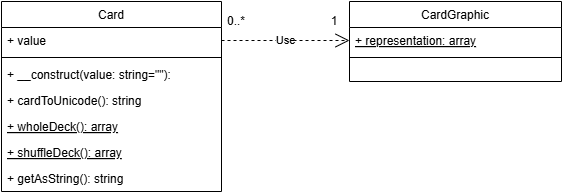
AndiDupa/mvc-report keeps this draw.io diagram as public/img/UML.png. Above is the earlier version. Source tidied: cells renumbered, new cells last; positions are measured from the earlier drawing's top-left corner, leaving out a move shared by most shapes.
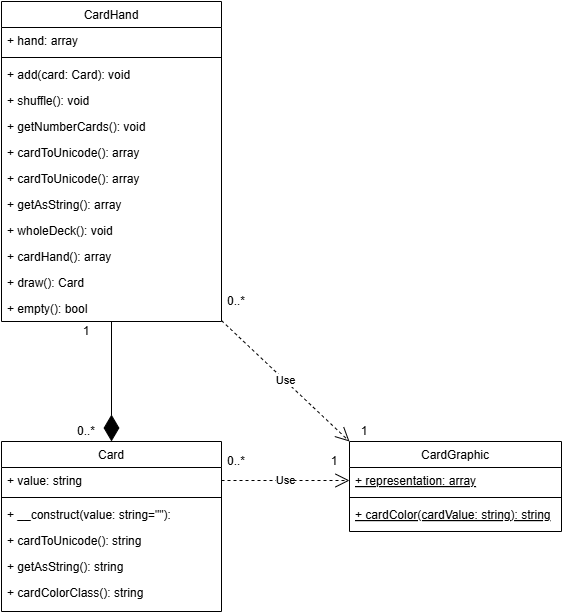
Later version of the same file.

Change to the diagram source:
```diff
@@ -3,9 +3,9 @@
     <mxCell id="0" />
     <mxCell id="1" parent="0" />
     <mxCell id="2" value="Card" style="swimlane;fontStyle=0;align=center;verticalAlign=top;horizontal=1;startSize=26;rounded=0;shadow=0;strokeWidth=1;" parent="1" vertex="1">
-      <mxGeometry width="220" height="190" as="geometry" />
+      <mxGeometry width="220" height="170" as="geometry" />
     </mxCell>
-    <mxCell id="3" value="+ value" style="text;align=left;verticalAlign=top;spacingLeft=4;spacingRight=4;overflow=hidden;points=[[0,0.5],[1,0.5]];portConstraint=eastwest;" parent="2" vertex="1">
+    <mxCell id="3" value="+ value: string" style="text;align=left;verticalAlign=top;spacingLeft=4;spacingRight=4;overflow=hidden;points=[[0,0.5],[1,0.5]];portConstraint=eastwest;" parent="2" vertex="1">
       <mxGeometry y="26" width="220" height="26" as="geometry" />
     </mxCell>
     <mxCell id="4" style="line;html=1;strokeWidth=1;align=left;verticalAlign=middle;spacingTop=-1;spacingLeft=3;spacingRight=3;labelPosition=right;" parent="2" vertex="1">
@@ -17,17 +17,14 @@
     <mxCell id="6" value="+ cardToUnicode(): string  " style="text;align=left;verticalAlign=top;spacingLeft=4;spacingRight=4;overflow=hidden;" parent="2" vertex="1">
       <mxGeometry y="86" width="220" height="26" as="geometry" />
     </mxCell>
-    <mxCell id="7" value="+ wholeDeck(): array" style="text;align=left;verticalAlign=top;spacingLeft=4;spacingRight=4;overflow=hidden;fontStyle=4;" parent="2" vertex="1">
-      <mxGeometry y="112" width="220" height="26" as="geometry" />
-    </mxCell>
-    <mxCell id="8" value="+ shuffleDeck(): array" style="text;align=left;verticalAlign=top;spacingLeft=4;spacingRight=4;overflow=hidden;fontStyle=4;" parent="2" vertex="1">
-      <mxGeometry y="138" width="220" height="26" as="geometry" />
-    </mxCell>
     <mxCell id="9" value="+ getAsString(): string  " style="text;align=left;verticalAlign=top;spacingLeft=4;spacingRight=4;overflow=hidden;" parent="2" vertex="1">
-      <mxGeometry y="164" width="220" height="26" as="geometry" />
+      <mxGeometry y="112" width="220" height="26" as="geometry" />
     </mxCell>
+    <mxCell id="16" value="+ cardColorClass(): string  " style="text;align=left;verticalAlign=top;spacingLeft=4;spacingRight=4;overflow=hidden;" parent="2" vertex="1">
+      <mxGeometry y="138" width="220" height="26" as="geometry" />
+    </mxCell>
     <mxCell id="10" value="CardGraphic" style="swimlane;fontStyle=0;align=center;verticalAlign=top;horizontal=1;startSize=26;rounded=0;shadow=0;strokeWidth=1;" parent="1" vertex="1">
-      <mxGeometry x="348" width="212" height="80" as="geometry" />
+      <mxGeometry x="348" width="212" height="90" as="geometry" />
     </mxCell>
     <mxCell id="11" value="+ representation: array" style="text;align=left;verticalAlign=top;spacingLeft=4;spacingRight=4;overflow=hidden;points=[[0,0.5],[1,0.5]];portConstraint=eastwest;rounded=0;shadow=0;html=0;fontStyle=4;" parent="10" vertex="1">
       <mxGeometry y="26" width="212" height="26" as="geometry" />
@@ -35,6 +32,9 @@
     <mxCell id="12" style="line;html=1;strokeWidth=1;align=left;verticalAlign=middle;spacingTop=-1;spacingLeft=3;spacingRight=3;labelPosition=right;" parent="10" vertex="1">
       <mxGeometry y="52" width="212" height="8" as="geometry" />
     </mxCell>
+    <mxCell id="17" value="+ cardColor(cardValue: string): string" style="text;align=left;verticalAlign=top;spacingLeft=4;spacingRight=4;overflow=hidden;fontStyle=4;" parent="10" vertex="1">
+      <mxGeometry y="60" width="212" height="26" as="geometry" />
+    </mxCell>
     <mxCell id="13" value="0..*" style="text;html=1;align=center;verticalAlign=middle;whiteSpace=wrap;rounded=0;" parent="1" vertex="1">
       <mxGeometry x="220" y="10" width="30" height="20" as="geometry" />
     </mxCell>
@@ -44,5 +44,66 @@
     <mxCell id="15" value="Use" style="endArrow=open;endSize=12;dashed=1;html=1;rounded=0;exitX=1;exitY=0.5;exitDx=0;exitDy=0;entryX=0;entryY=0.5;entryDx=0;entryDy=0;" parent="1" edge="1" source="3" target="11">
       <mxGeometry relative="1" as="geometry" />
     </mxCell>
+    <mxCell id="18" value="CardHand" style="swimlane;fontStyle=0;align=center;verticalAlign=top;horizontal=1;startSize=26;rounded=0;shadow=0;strokeWidth=1;" parent="1" vertex="1">
+      <mxGeometry y="-440" width="220" height="320" as="geometry" />
+    </mxCell>
+    <mxCell id="19" value="+ hand: array" style="text;align=left;verticalAlign=top;spacingLeft=4;spacingRight=4;overflow=hidden;" parent="18" vertex="1">
+      <mxGeometry y="26" width="220" height="26" as="geometry" />
+    </mxCell>
+    <mxCell id="20" style="line;html=1;strokeWidth=1;align=left;verticalAlign=middle;spacingTop=-1;spacingLeft=3;spacingRight=3;labelPosition=right;" parent="18" vertex="1">
+      <mxGeometry y="52" width="220" height="8" as="geometry" />
+    </mxCell>
+    <mxCell id="21" value="+ add(card: Card): void" style="text;align=left;verticalAlign=top;spacingLeft=4;spacingRight=4;overflow=hidden;" parent="18" vertex="1">
+      <mxGeometry y="60" width="220" height="26" as="geometry" />
+    </mxCell>
+    <mxCell id="22" value="+ shuffle(): void" style="text;align=left;verticalAlign=top;spacingLeft=4;spacingRight=4;overflow=hidden;" parent="18" vertex="1">
+      <mxGeometry y="86" width="220" height="26" as="geometry" />
+    </mxCell>
+    <mxCell id="23" value="+ getNumberCards(): void" style="text;align=left;verticalAlign=top;spacingLeft=4;spacingRight=4;overflow=hidden;" parent="18" vertex="1">
+      <mxGeometry y="112" width="220" height="26" as="geometry" />
+    </mxCell>
+    <mxCell id="24" value="+ cardToUnicode(): array" style="text;align=left;verticalAlign=top;spacingLeft=4;spacingRight=4;overflow=hidden;" parent="18" vertex="1">
+      <mxGeometry y="138" width="220" height="26" as="geometry" />
+    </mxCell>
+    <mxCell id="25" value="+ cardToUnicode(): array" style="text;align=left;verticalAlign=top;spacingLeft=4;spacingRight=4;overflow=hidden;" parent="18" vertex="1">
+      <mxGeometry y="164" width="220" height="26" as="geometry" />
+    </mxCell>
+    <mxCell id="26" value="+ getAsString(): array" style="text;align=left;verticalAlign=top;spacingLeft=4;spacingRight=4;overflow=hidden;" parent="18" vertex="1">
+      <mxGeometry y="190" width="220" height="26" as="geometry" />
+    </mxCell>
+    <mxCell id="27" value="+ wholeDeck(): void" style="text;align=left;verticalAlign=top;spacingLeft=4;spacingRight=4;overflow=hidden;" parent="18" vertex="1">
+      <mxGeometry y="216" width="220" height="26" as="geometry" />
+    </mxCell>
+    <mxCell id="28" value="+ cardHand(): array" style="text;align=left;verticalAlign=top;spacingLeft=4;spacingRight=4;overflow=hidden;" parent="18" vertex="1">
+      <mxGeometry y="242" width="220" height="26" as="geometry" />
+    </mxCell>
+    <mxCell id="29" value="+ draw(): Card" style="text;align=left;verticalAlign=top;spacingLeft=4;spacingRight=4;overflow=hidden;" parent="18" vertex="1">
+      <mxGeometry y="268" width="220" height="26" as="geometry" />
+    </mxCell>
+    <mxCell id="30" value="+ empty(): bool" style="text;align=left;verticalAlign=top;spacingLeft=4;spacingRight=4;overflow=hidden;" parent="18" vertex="1">
+      <mxGeometry y="294" width="220" height="26" as="geometry" />
+    </mxCell>
+    <mxCell id="31" style="endArrow=diamondThin;endFill=1;endSize=24;html=1;rounded=0;entryX=0.5;entryY=0;entryDx=0;entryDy=0;" parent="1" edge="1" target="2">
+      <mxGeometry relative="1" as="geometry">
+        <mxPoint x="110" y="-120" as="sourcePoint" />
+      </mxGeometry>
+    </mxCell>
+    <mxCell id="32" value="0..*" style="text;html=1;align=center;verticalAlign=middle;whiteSpace=wrap;rounded=0;" parent="1" vertex="1">
+      <mxGeometry x="70" y="-20" width="30" height="20" as="geometry" />
+    </mxCell>
+    <mxCell id="33" value="1" style="text;html=1;align=center;verticalAlign=middle;whiteSpace=wrap;rounded=0;" parent="1" vertex="1">
+      <mxGeometry x="70" y="-120" width="30" height="20" as="geometry" />
+    </mxCell>
+    <mxCell id="34" value="Use" style="endArrow=open;endSize=12;dashed=1;html=1;rounded=0;exitX=1;exitY=0.5;exitDx=0;exitDy=0;entryX=0;entryY=0;entryDx=0;entryDy=0;" parent="1" edge="1" target="10">
+      <mxGeometry relative="1" as="geometry">
+        <mxPoint x="220" y="-120.9" as="sourcePoint" />
+      </mxGeometry>
+    </mxCell>
+    <mxCell id="35" value="0..*" style="text;html=1;align=center;verticalAlign=middle;whiteSpace=wrap;rounded=0;" parent="1" vertex="1">
+      <mxGeometry x="220" y="-150" width="30" height="20" as="geometry" />
+    </mxCell>
+    <mxCell id="36" value="1" style="text;html=1;align=center;verticalAlign=middle;whiteSpace=wrap;rounded=0;" parent="1" vertex="1">
+      <mxGeometry x="348" y="-20" width="30" height="20" as="geometry" />
+    </mxCell>
   </root>
 </mxGraphModel>
```
